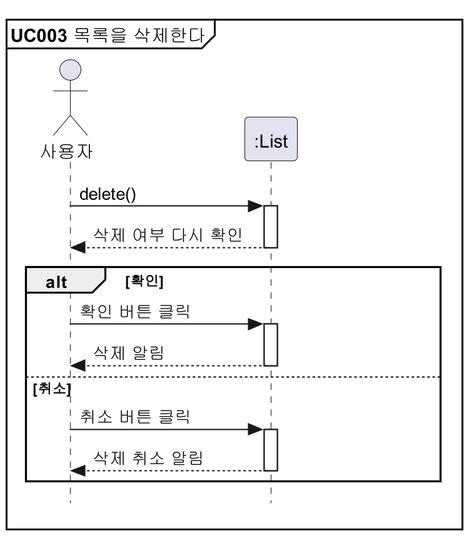
The PlantUML diagram docs/설계명세서/images/seq_diag/uc003.png in parkchamchi/SoftwareEngineering2023, before a commit. The source it was exported from:
```plantuml
@startuml
!includesub style.puml!STYLE

mainframe **UC003** 목록을 삭제한다

actor 사용자
participant ":List" as List

사용자 -> List : delete()
List --> 사용자 : 삭제 여부 다시 확인

alt 확인
	사용자 -> List : 확인 버튼 클릭
	List --> 사용자 : 삭제 알림
else 취소
	사용자 -> List : 취소 버튼 클릭
	List --> 사용자 : 삭제 취소 알림
end

@enduml
```
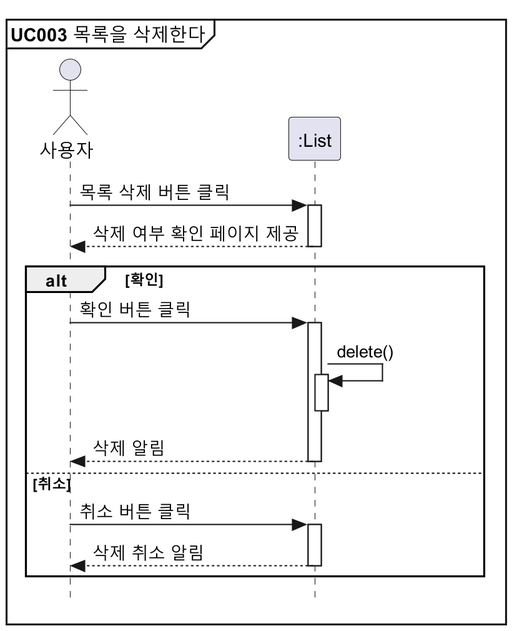
Later version of the same file.

Change to the diagram source:
```diff
@@ -6,11 +6,13 @@
 actor 사용자
 participant ":List" as List
 
-사용자 -> List : delete()
-List --> 사용자 : 삭제 여부 다시 확인
+사용자 -> List : 목록 삭제 버튼 클릭
+List --> 사용자 : 삭제 여부 확인 페이지 제공
 
 alt 확인
 	사용자 -> List : 확인 버튼 클릭
+	List -> List : delete()
+	deactivate List
 	List --> 사용자 : 삭제 알림
 else 취소
 	사용자 -> List : 취소 버튼 클릭
```
